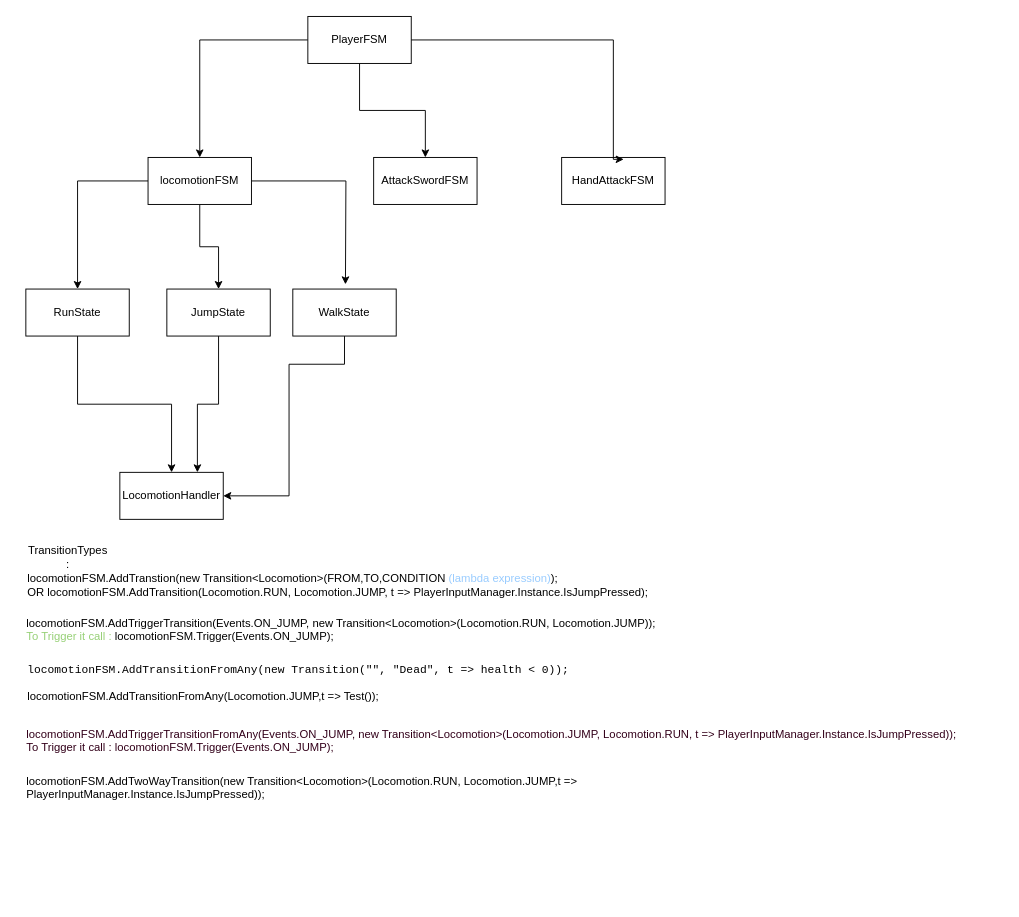
Before: JoYa.drawio in JawherBenjeddou/Joya_Diagram, a draw.io diagram. Source tidied: cells renumbered, new cells numbered last; positions are measured from the earlier drawing's top-left corner, leaving out a move shared by most shapes. Both pictures are drawn from the tidied source at 94%, with x=0, y=0 at pixel (24, 16).
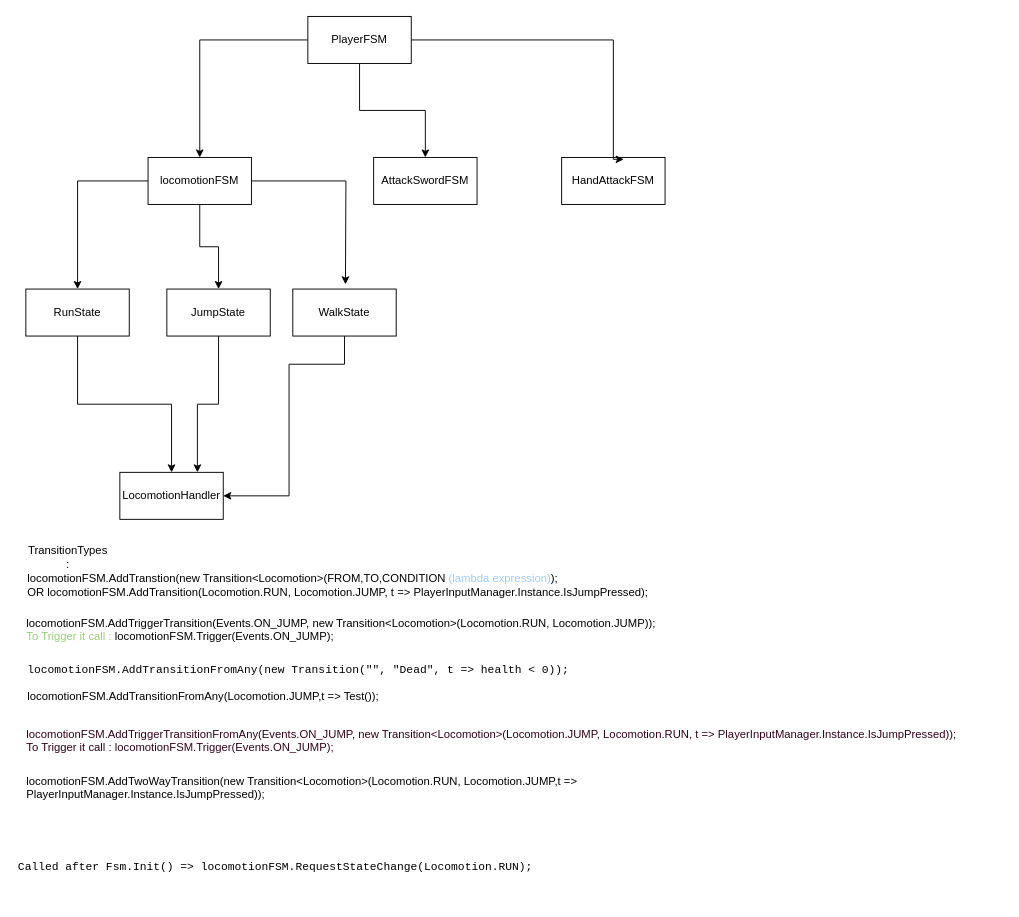
Above is the later version.

The edit, as a diff of the source:
```diff
@@
+    <mxCell id="26" value="&lt;pre&gt;&lt;span class=&quot;pl-s1&quot;&gt;Called after Fsm.Init() =&amp;gt; locomotionFSM&lt;/span&gt;&lt;span class=&quot;pl-kos&quot;&gt;.&lt;/span&gt;&lt;span class=&quot;pl-en&quot;&gt;RequestStateChange&lt;/span&gt;&lt;span class=&quot;pl-kos&quot;&gt;(&lt;/span&gt;Locomotion.RUN&lt;span class=&quot;pl-kos&quot;&gt;)&lt;/span&gt;&lt;span class=&quot;pl-kos&quot;&gt;;&lt;/span&gt;&lt;/pre&gt;" style="text;whiteSpace=wrap;html=1;" parent="1" vertex="1">
+      <mxGeometry x="-9" y="880" width="230" height="60" as="geometry" />
+    </mxCell>
```
